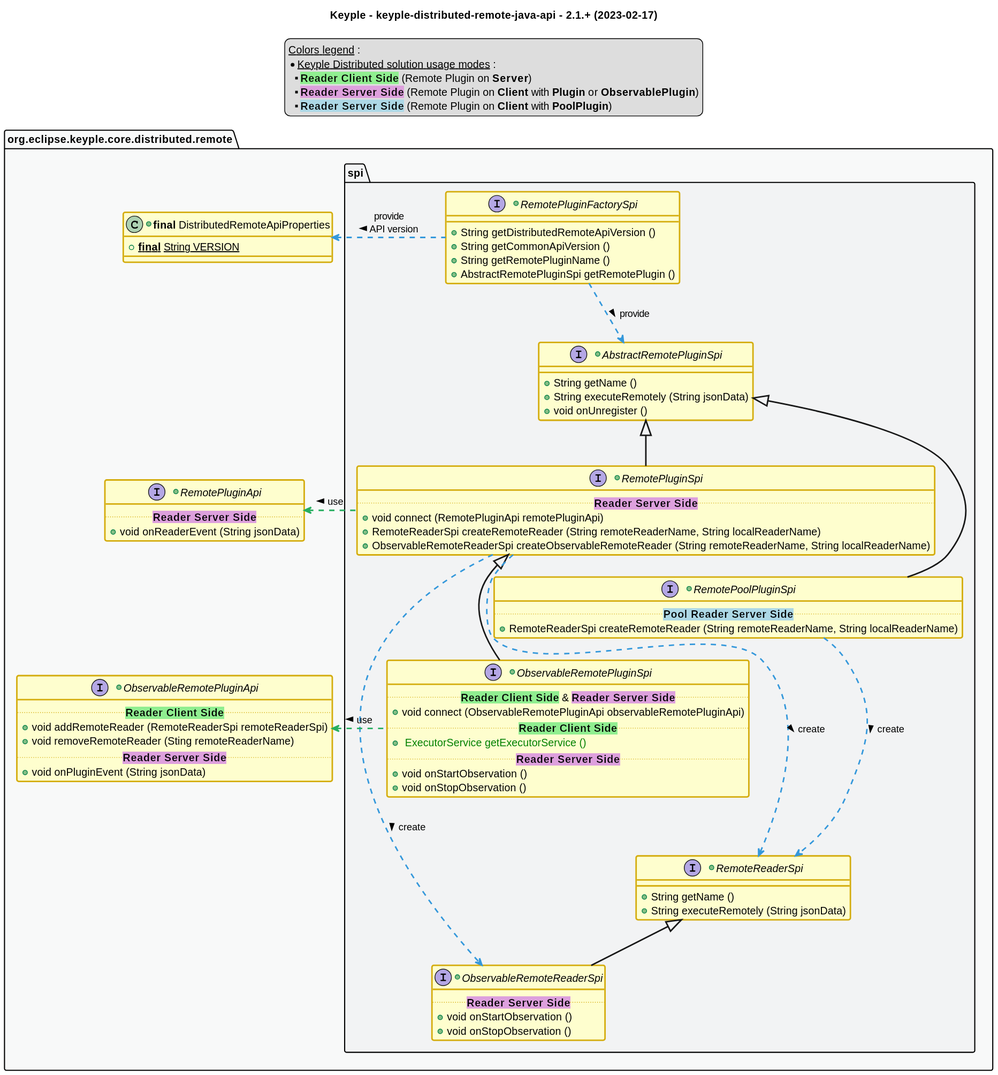
Before: src/main/uml/api_class_diagram.svg, a diagram exported from PlantUML (eclipse-keyple/keyple-distributed-remote-java-api).
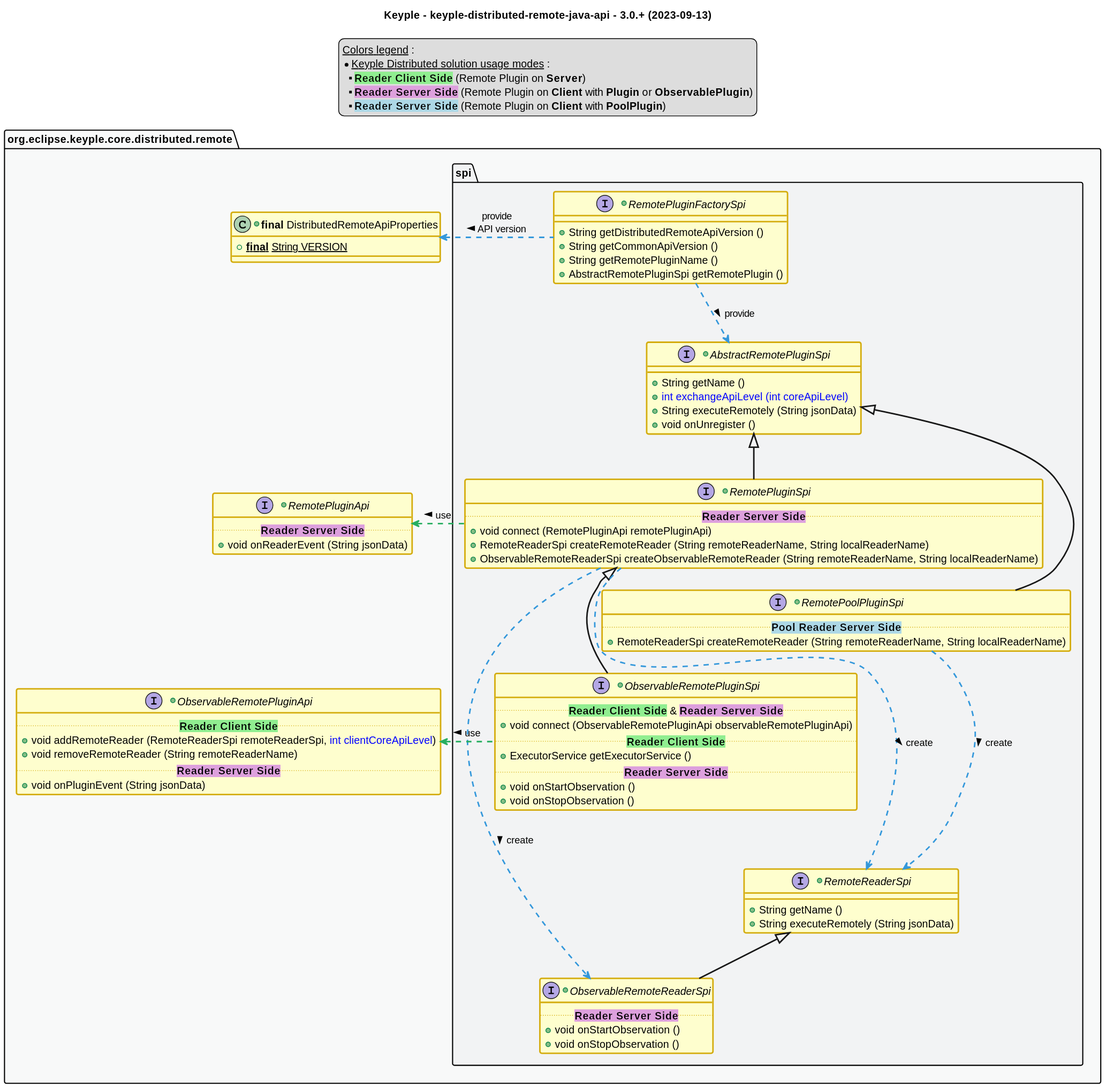
After the commit.

Commit message:
feat: add a way to exchange the API level between the core and the distributed layer (#7)

What changed in the source:
```diff
@@ -1,6 +1,6 @@
 @startuml
 title
-    Keyple - keyple-distributed-remote-java-api - 2.1.+ (2023-02-17)
+    Keyple - keyple-distributed-remote-java-api - 3.0.+ (2023-09-13)
 end title
 
 
@@ -58,8 +58,8 @@
     }
     +interface ObservableRemotePluginApi {
         .. <back:lightGreen>**Reader Client Side**</back> ..
-        +void addRemoteReader (RemoteReaderSpi remoteReaderSpi)
-        +void removeRemoteReader (Sting remoteReaderName)
+        +void addRemoteReader (RemoteReaderSpi remoteReaderSpi, <color:blue>int clientCoreApiLevel</color>)
+        +void removeRemoteReader (String remoteReaderName)
         .. <back:plum>**Reader Server Side**</back> ..
         +void onPluginEvent (String jsonData)
     }
@@ -72,6 +72,7 @@
         }
         +interface AbstractRemotePluginSpi {
             +String getName ()
+            +<color:blue>int exchangeApiLevel (int coreApiLevel)
             +String executeRemotely (String jsonData)
             +void onUnregister ()
         }
@@ -85,7 +86,7 @@
             .. <back:lightGreen>**Reader Client Side**</back> & <back:plum>**Reader Server Side**</back> ..
             +void connect (ObservableRemotePluginApi observableRemotePluginApi)
             .. <back:lightGreen>**Reader Client Side**</back> ..
-            +<color:green> ExecutorService getExecutorService ()
+            +ExecutorService getExecutorService ()
             .. <back:plum>**Reader Server Side**</back> ..
             +void onStartObservation ()
             +void onStopObservation ()
@@ -123,5 +124,5 @@
 
 
 package api #C_GREY1 {}
-package spi #C_GREY2 {}
+package api.spi #C_GREY2 {}
 @enduml
```
